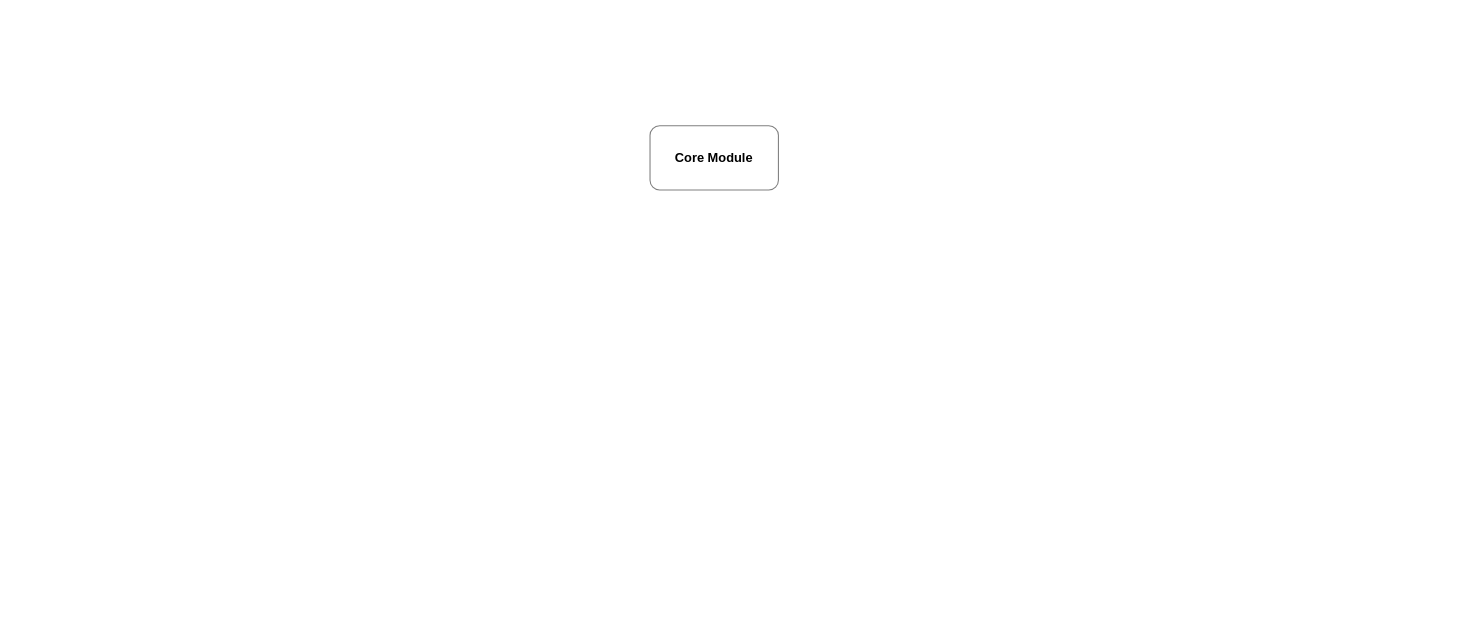
Before: page "architecture" (3 of 3) of docs/diagrams.drawio in jojiisac/news-api-svc, a draw.io diagram. Source tidied: cells renumbered, new cells numbered last; positions are measured from the earlier drawing's top-left corner, leaving out a move shared by most shapes. Both pictures are drawn from the tidied source at 107%, with x=0, y=0 at pixel (649, 125).
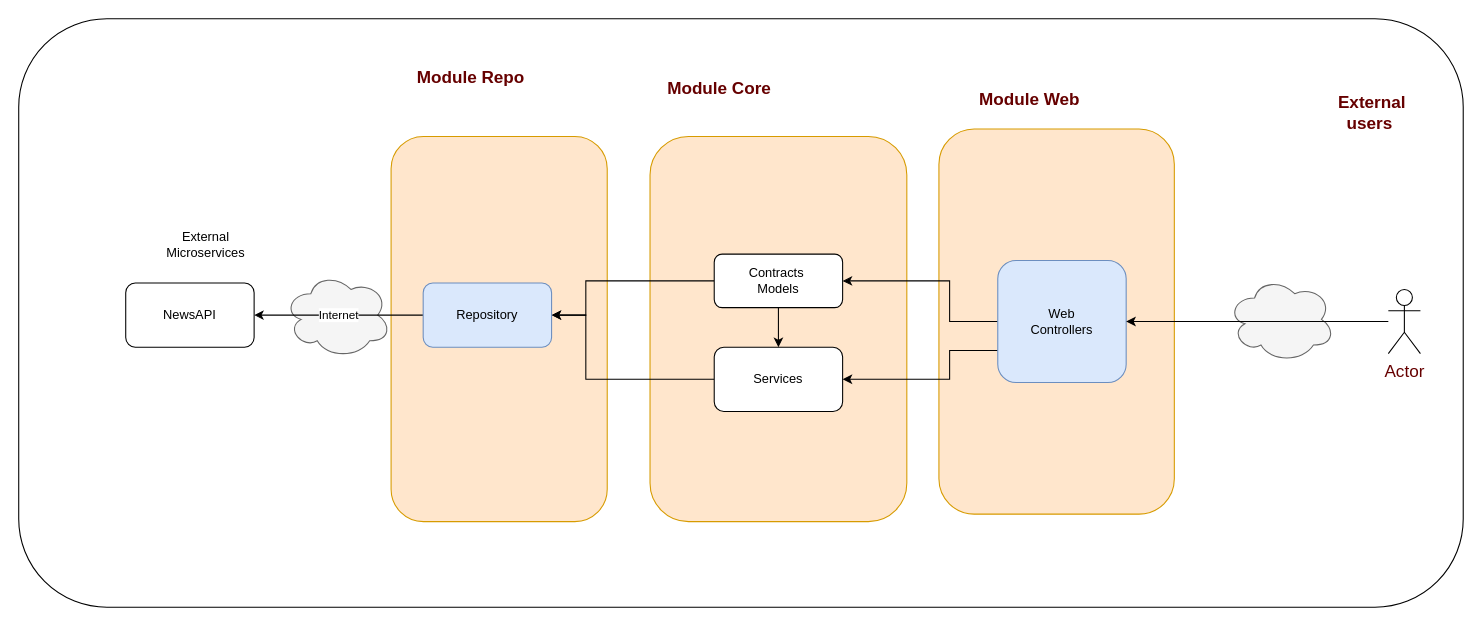
Above is the later version.

Diff of the diagram source:
```diff
@@
-    <mxCell id="2" value="&lt;b&gt;Core Module&lt;/b&gt;" style="rounded=1;whiteSpace=wrap;html=1;fillStyle=solid;opacity=50;" parent="1" vertex="1">
-      <mxGeometry width="120" height="60" as="geometry" />
-    </mxCell>
+    <mxCell id="3" style="rounded=1;whiteSpace=wrap;html=1;fontSize=16;fontColor=#660000;" parent="1" vertex="1">
+      <mxGeometry x="-590" y="-100" width="1350" height="550" as="geometry" />
+    </mxCell>
+    <mxCell id="4" style="ellipse;shape=cloud;whiteSpace=wrap;html=1;fillColor=#f5f5f5;fontColor=#333333;strokeColor=#666666;" parent="1" vertex="1">
+      <mxGeometry x="540" y="141" width="100" height="80" as="geometry" />
+    </mxCell>
+    <mxCell id="5" style="rounded=1;whiteSpace=wrap;html=1;fillColor=#ffe6cc;strokeColor=#d79b00;" parent="1" vertex="1">
+      <mxGeometry x="270" y="3" width="220" height="360" as="geometry" />
+    </mxCell>
+    <mxCell id="6" style="rounded=1;whiteSpace=wrap;html=1;fillColor=#ffe6cc;strokeColor=#d79b00;" parent="1" vertex="1">
+      <mxGeometry x="-242" y="10" width="202" height="360" as="geometry" />
+    </mxCell>
+    <mxCell id="7" style="ellipse;shape=cloud;whiteSpace=wrap;html=1;fillColor=#f5f5f5;fontColor=#333333;strokeColor=#666666;" parent="1" vertex="1">
+      <mxGeometry x="-342" y="137" width="100" height="80" as="geometry" />
+    </mxCell>
+    <mxCell id="8" style="rounded=1;whiteSpace=wrap;html=1;fillColor=#ffe6cc;strokeColor=#d79b00;" parent="1" vertex="1">
+      <mxGeometry y="10" width="240" height="360" as="geometry" />
+    </mxCell>
+    <mxCell id="9" style="edgeStyle=orthogonalEdgeStyle;rounded=0;jettySize=auto;html=1;" parent="1" edge="1" source="10" target="18">
+      <mxGeometry relative="1" as="geometry">
+        <Array as="points">
+          <mxPoint x="-60" y="237" />
+          <mxPoint x="-60" y="177" />
+        </Array>
+      </mxGeometry>
+    </mxCell>
+    <mxCell id="10" value="Services" style="rounded=1;whiteSpace=wrap;html=1;" parent="1" vertex="1">
+      <mxGeometry x="60" y="207" width="120" height="60" as="geometry" />
+    </mxCell>
+    <mxCell id="11" style="edgeStyle=orthogonalEdgeStyle;rounded=0;jettySize=auto;html=1;entryX=1;entryY=0.5;entryDx=0;entryDy=0;" parent="1" edge="1" source="13" target="18">
+      <mxGeometry relative="1" as="geometry">
+        <Array as="points">
+          <mxPoint x="-60" y="145" />
+          <mxPoint x="-60" y="177" />
+        </Array>
+      </mxGeometry>
+    </mxCell>
+    <mxCell id="12" style="edgeStyle=orthogonalEdgeStyle;rounded=0;jettySize=auto;html=1;" parent="1" edge="1" source="13" target="10">
+      <mxGeometry relative="1" as="geometry" />
+    </mxCell>
+    <mxCell id="13" value="Contracts&amp;nbsp;&lt;br&gt;Models" style="rounded=1;whiteSpace=wrap;html=1;" parent="1" vertex="1">
+      <mxGeometry x="60" y="120" width="120" height="50" as="geometry" />
+    </mxCell>
+    <mxCell id="14" style="edgeStyle=orthogonalEdgeStyle;rounded=0;jettySize=auto;html=1;entryX=1;entryY=0.5;entryDx=0;entryDy=0;" parent="1" edge="1" source="16" target="13">
+      <mxGeometry relative="1" as="geometry">
+        <Array as="points">
+          <mxPoint x="280" y="183" />
+          <mxPoint x="280" y="145" />
+        </Array>
+      </mxGeometry>
+    </mxCell>
+    <mxCell id="15" style="edgeStyle=orthogonalEdgeStyle;rounded=0;jettySize=auto;html=1;" parent="1" edge="1" source="16" target="10">
+      <mxGeometry relative="1" as="geometry">
+        <Array as="points">
+          <mxPoint x="280" y="210" />
+          <mxPoint x="280" y="237" />
+        </Array>
+      </mxGeometry>
+    </mxCell>
+    <mxCell id="16" value="Web &lt;br&gt;Controllers" style="rounded=1;whiteSpace=wrap;html=1;fillColor=#dae8fc;strokeColor=#6c8ebf;" parent="1" vertex="1">
+      <mxGeometry x="325" y="126" width="120" height="114" as="geometry" />
+    </mxCell>
+    <mxCell id="17" value="Internet" style="edgeStyle=orthogonalEdgeStyle;rounded=0;jettySize=auto;html=1;entryX=1;entryY=0.5;entryDx=0;entryDy=0;" parent="1" edge="1" source="18" target="19">
+      <mxGeometry relative="1" as="geometry" />
+    </mxCell>
+    <mxCell id="18" value="Repository&lt;br&gt;" style="rounded=1;whiteSpace=wrap;html=1;fillColor=#dae8fc;strokeColor=#6c8ebf;" parent="1" vertex="1">
+      <mxGeometry x="-212" y="147" width="120" height="60" as="geometry" />
+    </mxCell>
+    <mxCell id="19" value="NewsAPI" style="rounded=1;whiteSpace=wrap;html=1;" parent="1" vertex="1">
+      <mxGeometry x="-490" y="147" width="120" height="60" as="geometry" />
+    </mxCell>
+    <mxCell id="20" value="External Microservices" style="text;html=1;strokeColor=none;fillColor=none;align=center;verticalAlign=middle;whiteSpace=wrap;rounded=0;" parent="1" vertex="1">
+      <mxGeometry x="-470" y="96" width="110" height="30" as="geometry" />
+    </mxCell>
+    <mxCell id="21" value="&lt;b&gt;&lt;font color=&quot;#660000&quot; style=&quot;font-size: 16px;&quot;&gt;Module Repo&amp;nbsp;&lt;/font&gt;&lt;/b&gt;" style="text;html=1;strokeColor=none;fillColor=none;align=center;verticalAlign=middle;whiteSpace=wrap;rounded=0;" parent="1" vertex="1">
+      <mxGeometry x="-220" y="-60" width="110" height="30" as="geometry" />
+    </mxCell>
+    <mxCell id="22" value="&lt;b&gt;&lt;font color=&quot;#660000&quot; style=&quot;font-size: 16px;&quot;&gt;Module Core&lt;/font&gt;&lt;/b&gt;" style="text;html=1;strokeColor=none;fillColor=none;align=center;verticalAlign=middle;whiteSpace=wrap;rounded=0;" parent="1" vertex="1">
+      <mxGeometry x="10" y="-50" width="110" height="30" as="geometry" />
+    </mxCell>
+    <mxCell id="23" value="&lt;b&gt;&lt;font color=&quot;#660000&quot; style=&quot;font-size: 16px;&quot;&gt;Module Web&lt;/font&gt;&lt;/b&gt;" style="text;html=1;strokeColor=none;fillColor=none;align=center;verticalAlign=middle;whiteSpace=wrap;rounded=0;" parent="1" vertex="1">
+      <mxGeometry x="300" y="-40" width="110" height="30" as="geometry" />
+    </mxCell>
+    <mxCell id="24" style="edgeStyle=orthogonalEdgeStyle;rounded=0;jettySize=auto;html=1;entryX=1;entryY=0.5;entryDx=0;entryDy=0;fontSize=16;fontColor=#660000;" parent="1" edge="1" source="25" target="16">
+      <mxGeometry relative="1" as="geometry" />
+    </mxCell>
+    <mxCell id="25" value="Actor" style="shape=umlActor;verticalLabelPosition=bottom;verticalAlign=top;html=1;outlineConnect=0;fontSize=16;fontColor=#660000;" parent="1" vertex="1">
+      <mxGeometry x="690" y="153" width="30" height="60" as="geometry" />
+    </mxCell>
+    <mxCell id="26" value="&lt;b&gt;&lt;font color=&quot;#660000&quot; style=&quot;font-size: 16px;&quot;&gt;External users&amp;nbsp;&lt;/font&gt;&lt;/b&gt;" style="text;html=1;strokeColor=none;fillColor=none;align=center;verticalAlign=middle;whiteSpace=wrap;rounded=0;" parent="1" vertex="1">
+      <mxGeometry x="620" y="-27" width="110" height="30" as="geometry" />
+    </mxCell>
```
